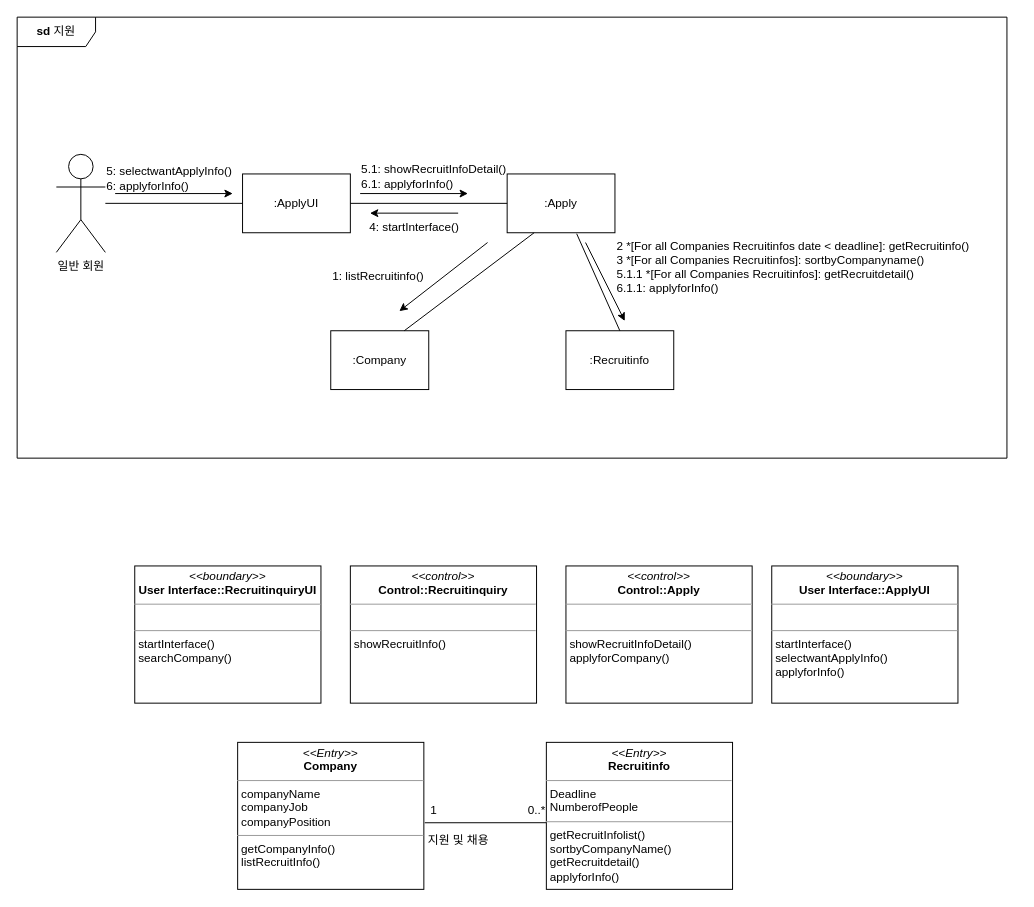
The draw.io diagram Taemin/지원_Communication_Diagram_B811045김태민_과제2.drawio in KimTaemin-Git/SE2, before the edit. Source tidied: cells renumbered, new cells numbered last; positions are measured from the earlier drawing's top-left corner, leaving out a move shared by most shapes. Both pictures are drawn from the tidied source at 98%, with x=0, y=0 at pixel (17, 17).
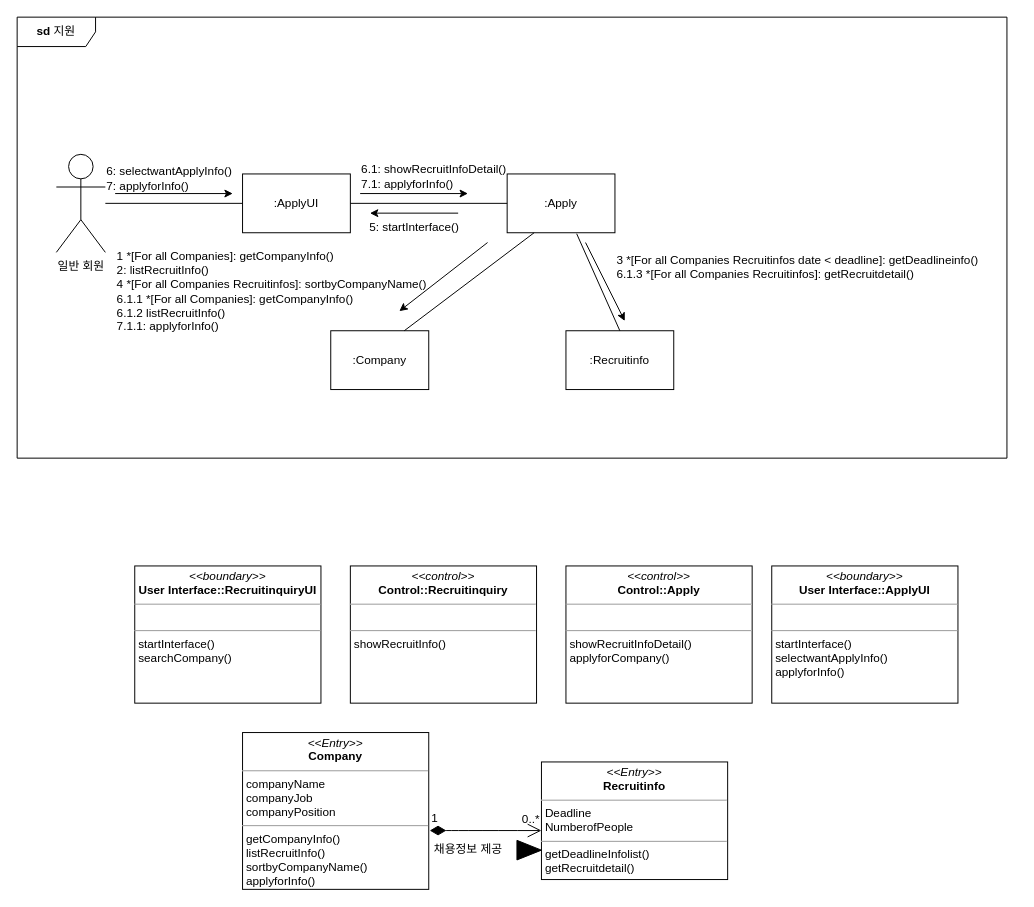
The same diagram, later.

Unchanged cells that the change refers to:
```xml
<mxCell id="2" style="group;" parent="1" vertex="1">
  <mxGeometry x="40" y="130" width="980" height="250" as="geometry" />
</mxCell>
```

The edit, as a diff of the source:
```diff
@@
-    <mxCell id="11" value="1: listRecruitinfo()" style="text;html=1;align=left;verticalAlign=middle;strokeColor=none;fillColor=none;" parent="2" vertex="1">
-      <mxGeometry x="280" y="120" width="120" height="30" as="geometry" />
+    <mxCell id="11" value="1 *[For all Companies]: getCompanyInfo()&lt;br&gt;2: listRecruitInfo()&lt;br&gt;4 *[For all Companies Recruitinfos]: sortbyCompanyName()&lt;br&gt;6.1.1 *[For all Companies]: getCompanyInfo()&lt;br&gt;6.1.2 listRecruitInfo()&lt;br&gt;7.1.1: applyforInfo()" style="text;html=1;align=left;verticalAlign=middle;strokeColor=none;fillColor=none;" parent="2" vertex="1">
+      <mxGeometry x="60" y="100" width="340" height="100" as="geometry" />
     </mxCell>
@@
-    <mxCell id="14" value="5: selectwantApplyInfo()&lt;br&gt;&lt;div style=&quot;text-align: left;&quot;&gt;&lt;span style=&quot;background-color: initial;&quot;&gt;6: applyforInfo()&lt;/span&gt;&lt;/div&gt;" style="text;html=1;align=center;verticalAlign=middle;strokeColor=none;fillColor=none;" parent="2" vertex="1">
+    <mxCell id="14" value="6: selectwantApplyInfo()&lt;br&gt;&lt;div style=&quot;text-align: left;&quot;&gt;&lt;span style=&quot;background-color: initial;&quot;&gt;7: applyforInfo()&lt;/span&gt;&lt;/div&gt;" style="text;html=1;align=center;verticalAlign=middle;strokeColor=none;fillColor=none;" parent="2" vertex="1">
       <mxGeometry x="40" y="15" width="150" height="40" as="geometry" />
     </mxCell>
@@
-    <mxCell id="16" value="4: startInterface()" style="text;html=1;align=center;verticalAlign=middle;strokeColor=none;fillColor=none;" parent="2" vertex="1">
+    <mxCell id="16" value="5: startInterface()" style="text;html=1;align=center;verticalAlign=middle;strokeColor=none;fillColor=none;" parent="2" vertex="1">
       <mxGeometry x="310" y="70" width="110" height="30" as="geometry" />
     </mxCell>
@@
-    <mxCell id="18" value="2 *[For all Companies Recruitinfos date &amp;lt; deadline]: getRecruitinfo()&lt;br&gt;3 *[For all Companies Recruitinfos]: sortbyCompanyname()&lt;br&gt;5.1.1 *[For all Companies Recruitinfos]: getRecruitdetail()&lt;br&gt;6.1.1: applyforInfo()" style="text;html=1;align=left;verticalAlign=middle;strokeColor=none;fillColor=none;" parent="2" vertex="1">
-      <mxGeometry x="570" y="90" width="380" height="70" as="geometry" />
+    <mxCell id="18" value="3 *[For all Companies Recruitinfos date &amp;lt; deadline]: getDeadlineinfo()&lt;br&gt;6.1.3 *[For all Companies Recruitinfos]: getRecruitdetail()" style="text;html=1;align=left;verticalAlign=middle;strokeColor=none;fillColor=none;" parent="2" vertex="1">
+      <mxGeometry x="570" y="105" width="390" height="40" as="geometry" />
     </mxCell>
@@
-    <mxCell id="20" value="5.1: showRecruitInfoDetail()&lt;br&gt;&lt;div style=&quot;text-align: left;&quot;&gt;&lt;span style=&quot;background-color: initial;&quot;&gt;6.1: applyforInfo()&lt;/span&gt;&lt;/div&gt;" style="text;html=1;align=center;verticalAlign=middle;strokeColor=none;fillColor=none;" parent="1" vertex="1">
+    <mxCell id="20" value="6.1: showRecruitInfoDetail()&lt;br&gt;&lt;div style=&quot;text-align: left;&quot;&gt;&lt;span style=&quot;background-color: initial;&quot;&gt;7.1: applyforInfo()&lt;/span&gt;&lt;/div&gt;" style="text;html=1;align=center;verticalAlign=middle;strokeColor=none;fillColor=none;" parent="1" vertex="1">
       <mxGeometry x="340" y="143" width="170" height="40" as="geometry" />
     </mxCell>
@@
-    <mxCell id="25" value="&lt;p style=&quot;margin:0px;margin-top:4px;text-align:center;&quot;&gt;&lt;i&gt;&amp;lt;&amp;lt;Entry&amp;gt;&amp;gt;&lt;/i&gt;&lt;br&gt;&lt;b&gt;Company&lt;/b&gt;&lt;/p&gt;&lt;hr size=&quot;1&quot;&gt;&lt;p style=&quot;margin:0px;margin-left:4px;&quot;&gt;companyName&lt;/p&gt;&lt;p style=&quot;margin:0px;margin-left:4px;&quot;&gt;companyJob&lt;/p&gt;&lt;p style=&quot;margin:0px;margin-left:4px;&quot;&gt;companyPosition&lt;/p&gt;&lt;hr size=&quot;1&quot;&gt;&lt;p style=&quot;margin:0px;margin-left:4px;&quot;&gt;getCompanyInfo()&lt;/p&gt;&lt;p style=&quot;margin:0px;margin-left:4px;&quot;&gt;listRecruitInfo()&lt;/p&gt;" style="verticalAlign=top;align=left;overflow=fill;fontSize=12;fontFamily=Helvetica;html=1;whiteSpace=wrap;" parent="1" vertex="1">
-      <mxGeometry x="225" y="740" width="190" height="150" as="geometry" />
-    </mxCell>
-    <mxCell id="26" value="&lt;p style=&quot;margin:0px;margin-top:4px;text-align:center;&quot;&gt;&lt;i&gt;&amp;lt;&amp;lt;Entry&amp;gt;&amp;gt;&lt;/i&gt;&lt;br&gt;&lt;b&gt;Recruitinfo&lt;/b&gt;&lt;/p&gt;&lt;hr size=&quot;1&quot;&gt;&lt;p style=&quot;margin:0px;margin-left:4px;&quot;&gt;Deadline&lt;/p&gt;&lt;p style=&quot;margin:0px;margin-left:4px;&quot;&gt;NumberofPeople&lt;/p&gt;&lt;hr size=&quot;1&quot;&gt;&lt;p style=&quot;margin:0px;margin-left:4px;&quot;&gt;getRecruitInfolist()&lt;/p&gt;&lt;p style=&quot;margin:0px;margin-left:4px;&quot;&gt;sortbyCompanyName()&lt;/p&gt;&lt;p style=&quot;margin:0px;margin-left:4px;&quot;&gt;getRecruitdetail()&lt;/p&gt;&lt;p style=&quot;margin:0px;margin-left:4px;&quot;&gt;applyforInfo()&lt;/p&gt;" style="verticalAlign=top;align=left;overflow=fill;fontSize=12;fontFamily=Helvetica;html=1;whiteSpace=wrap;" parent="1" vertex="1">
-      <mxGeometry x="540" y="740" width="190" height="150" as="geometry" />
-    </mxCell>
-    <mxCell id="27" style="endArrow=none;html=1;rounded=0;exitX=1.005;exitY=0.547;exitDx=0;exitDy=0;exitPerimeter=0;" parent="1" edge="1" source="25">
-      <mxGeometry relative="1" as="geometry">
-        <mxPoint x="540" y="822" as="targetPoint" />
-      </mxGeometry>
-    </mxCell>
-    <mxCell id="28" value="1" style="text;html=1;align=center;verticalAlign=middle;strokeColor=none;fillColor=none;" parent="1" vertex="1">
-      <mxGeometry x="410" y="795" width="30" height="30" as="geometry" />
-    </mxCell>
-    <mxCell id="29" value="0..*" style="text;html=1;align=center;verticalAlign=middle;strokeColor=none;fillColor=none;" parent="1" vertex="1">
-      <mxGeometry x="510" y="795" width="40" height="30" as="geometry" />
-    </mxCell>
@@
-    <mxCell id="32" value="지원 및 채용" style="text;html=1;align=center;verticalAlign=middle;strokeColor=none;fillColor=none;" parent="1" vertex="1">
-      <mxGeometry x="405" y="825" width="90" height="30" as="geometry" />
-    </mxCell>
+    <mxCell id="33" value="&lt;p style=&quot;margin:0px;margin-top:4px;text-align:center;&quot;&gt;&lt;i&gt;&amp;lt;&amp;lt;Entry&amp;gt;&amp;gt;&lt;/i&gt;&lt;br&gt;&lt;b&gt;Company&lt;/b&gt;&lt;/p&gt;&lt;hr size=&quot;1&quot;&gt;&lt;p style=&quot;margin:0px;margin-left:4px;&quot;&gt;companyName&lt;/p&gt;&lt;p style=&quot;margin:0px;margin-left:4px;&quot;&gt;companyJob&lt;/p&gt;&lt;p style=&quot;margin:0px;margin-left:4px;&quot;&gt;companyPosition&lt;/p&gt;&lt;hr size=&quot;1&quot;&gt;&lt;p style=&quot;margin:0px;margin-left:4px;&quot;&gt;getCompanyInfo()&lt;/p&gt;&lt;p style=&quot;margin:0px;margin-left:4px;&quot;&gt;listRecruitInfo()&lt;/p&gt;&lt;p style=&quot;margin:0px;margin-left:4px;&quot;&gt;sortbyCompanyName()&lt;/p&gt;&lt;p style=&quot;margin:0px;margin-left:4px;&quot;&gt;applyforInfo()&lt;/p&gt;" style="verticalAlign=top;align=left;overflow=fill;fontSize=12;fontFamily=Helvetica;html=1;whiteSpace=wrap;" parent="1" vertex="1">
+      <mxGeometry x="230" y="730" width="190" height="160" as="geometry" />
+    </mxCell>
+    <mxCell id="34" value="&lt;p style=&quot;margin:0px;margin-top:4px;text-align:center;&quot;&gt;&lt;i&gt;&amp;lt;&amp;lt;Entry&amp;gt;&amp;gt;&lt;/i&gt;&lt;br&gt;&lt;b&gt;Recruitinfo&lt;/b&gt;&lt;/p&gt;&lt;hr size=&quot;1&quot;&gt;&lt;p style=&quot;margin:0px;margin-left:4px;&quot;&gt;Deadline&lt;/p&gt;&lt;p style=&quot;margin:0px;margin-left:4px;&quot;&gt;NumberofPeople&lt;/p&gt;&lt;hr size=&quot;1&quot;&gt;&lt;p style=&quot;margin:0px;margin-left:4px;&quot;&gt;getDeadlineInfolist()&lt;/p&gt;&lt;p style=&quot;margin:0px;margin-left:4px;&quot;&gt;getRecruitdetail()&lt;/p&gt;" style="verticalAlign=top;align=left;overflow=fill;fontSize=12;fontFamily=Helvetica;html=1;whiteSpace=wrap;" parent="1" vertex="1">
+      <mxGeometry x="535" y="760" width="190" height="120" as="geometry" />
+    </mxCell>
+    <mxCell id="35" value="&lt;font style=&quot;font-size: 12px;&quot;&gt;채용정보 제공&lt;/font&gt;" style="text;html=1;align=center;verticalAlign=middle;strokeColor=none;fillColor=none;fontSize=16;" parent="1" vertex="1">
+      <mxGeometry x="410" y="832" width="100" height="30" as="geometry" />
+    </mxCell>
+    <mxCell id="36" style="shape=mxgraph.arrows2.wedgeArrow;html=1;startWidth=10;fillColor=strokeColor;defaultFillColor=invert;defaultGradientColor=invert;rounded=0;fontSize=12;startSize=8;endSize=8;curved=1;entryX=0;entryY=0.75;entryDx=0;entryDy=0;" parent="1" edge="1" target="34">
+      <mxGeometry relative="1" as="geometry">
+        <mxPoint x="510" y="850" as="sourcePoint" />
+      </mxGeometry>
+    </mxCell>
+    <mxCell id="29" value="&lt;font style=&quot;font-size: 12px;&quot;&gt;0..*&lt;/font&gt;" style="text;html=1;align=center;verticalAlign=middle;strokeColor=none;fillColor=none;fontSize=16;" parent="1" vertex="1">
+      <mxGeometry x="504" y="802" width="40" height="30" as="geometry" />
+    </mxCell>
+    <mxCell id="28" value="1" style="endArrow=open;html=1;endSize=12;startArrow=diamondThin;startSize=14;startFill=1;edgeStyle=orthogonalEdgeStyle;align=left;verticalAlign=bottom;rounded=0;fontSize=12;curved=1;" parent="1" edge="1">
+      <mxGeometry x="-1" y="3" relative="1" as="geometry">
+        <mxPoint x="421" y="830" as="sourcePoint" />
+        <mxPoint x="535" y="830" as="targetPoint" />
+      </mxGeometry>
+    </mxCell>
```
